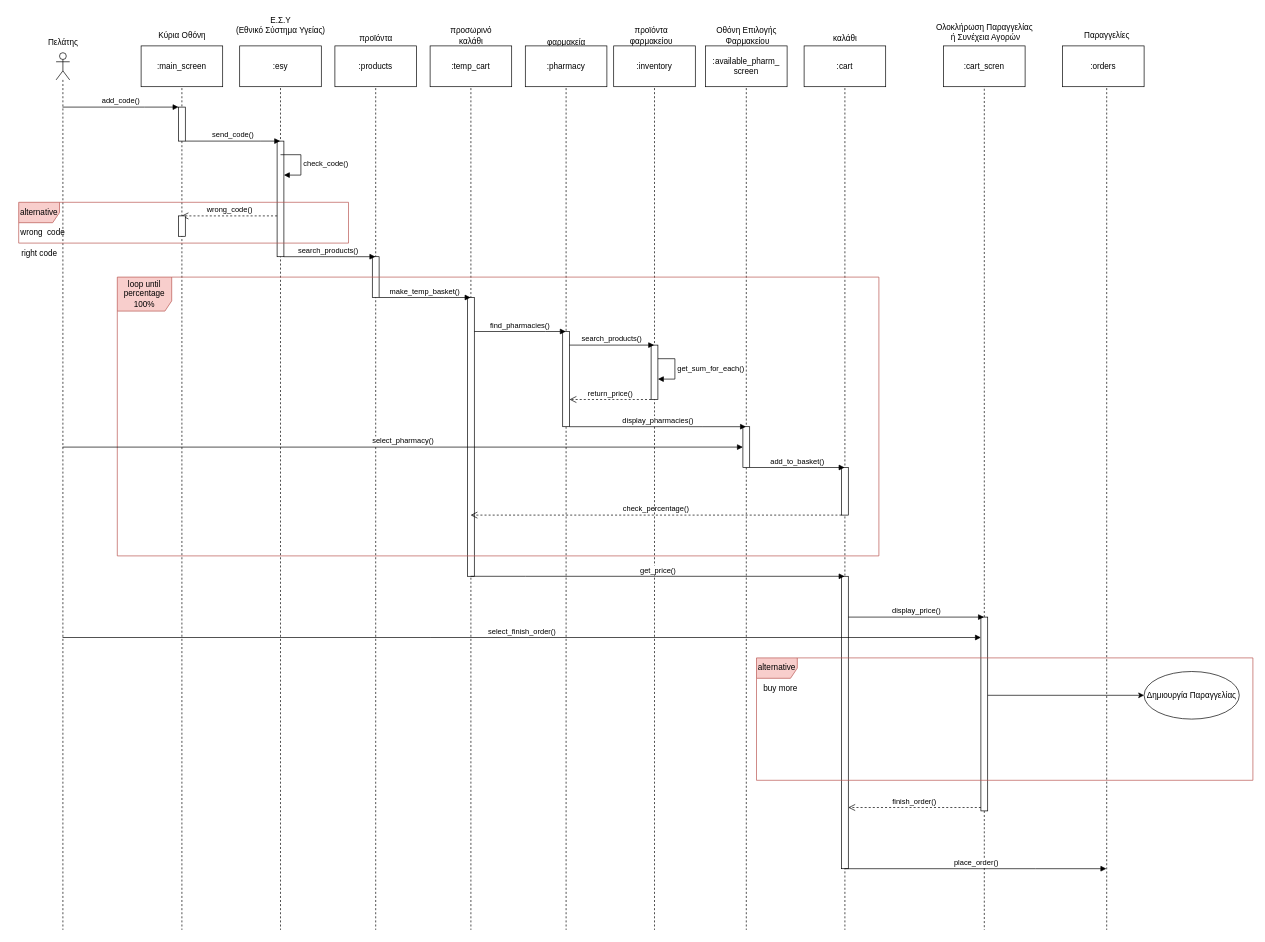
Galenus-Pharmacy/GalenusPharmacies keeps this draw.io diagram as Παραδοτέο_5/sequence/sequence_2.drawio. Above is the earlier version. Source tidied: cells renumbered, new cells numbered last; positions are measured from the earlier drawing's top-left corner, leaving out a move shared by most shapes. Both pictures are drawn from the tidied source at 68%, with x=0, y=0 at pixel (12, 12).
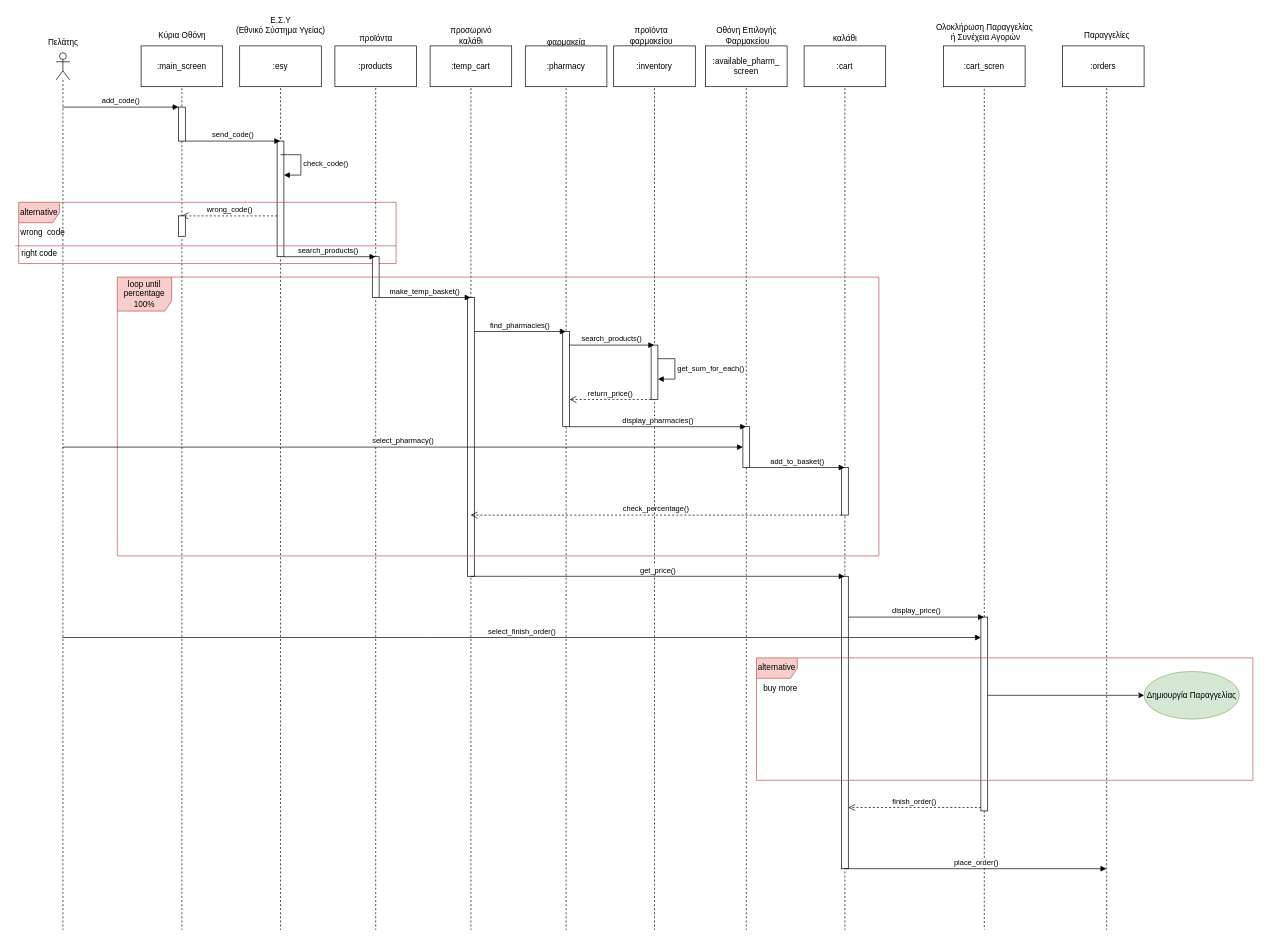
Above is the later version.

What changed in the source:
```diff
@@
     <mxCell id="10" value="alternative" style="shape=umlFrame;whiteSpace=wrap;html=1;fillColor=#f8cecc;strokeColor=#b85450;" parent="1" vertex="1">
-      <mxGeometry x="10" y="280" width="485" height="60" as="geometry" />
+      <mxGeometry x="10" y="280" width="555" height="90" as="geometry" />
     </mxCell>
@@
-    <mxCell id="42" value="Δημιουργία Παραγγελίας" style="ellipse;whiteSpace=wrap;html=1;" parent="1" vertex="1">
+    <mxCell id="42" value="Δημιουργία Παραγγελίας" style="ellipse;whiteSpace=wrap;html=1;fillColor=#d5e8d4;strokeColor=#82b366;" parent="1" vertex="1">
       <mxGeometry x="1665" y="970" width="140" height="70" as="geometry" />
     </mxCell>
@@
+    <mxCell id="72" style="line;strokeWidth=1;fillColor=#f8cecc;align=left;verticalAlign=middle;spacingTop=-1;spacingLeft=3;spacingRight=3;labelPosition=right;strokeColor=#b85450;" parent="1" vertex="1">
+      <mxGeometry x="5" y="340" width="560" height="8" as="geometry" />
+    </mxCell>
```
